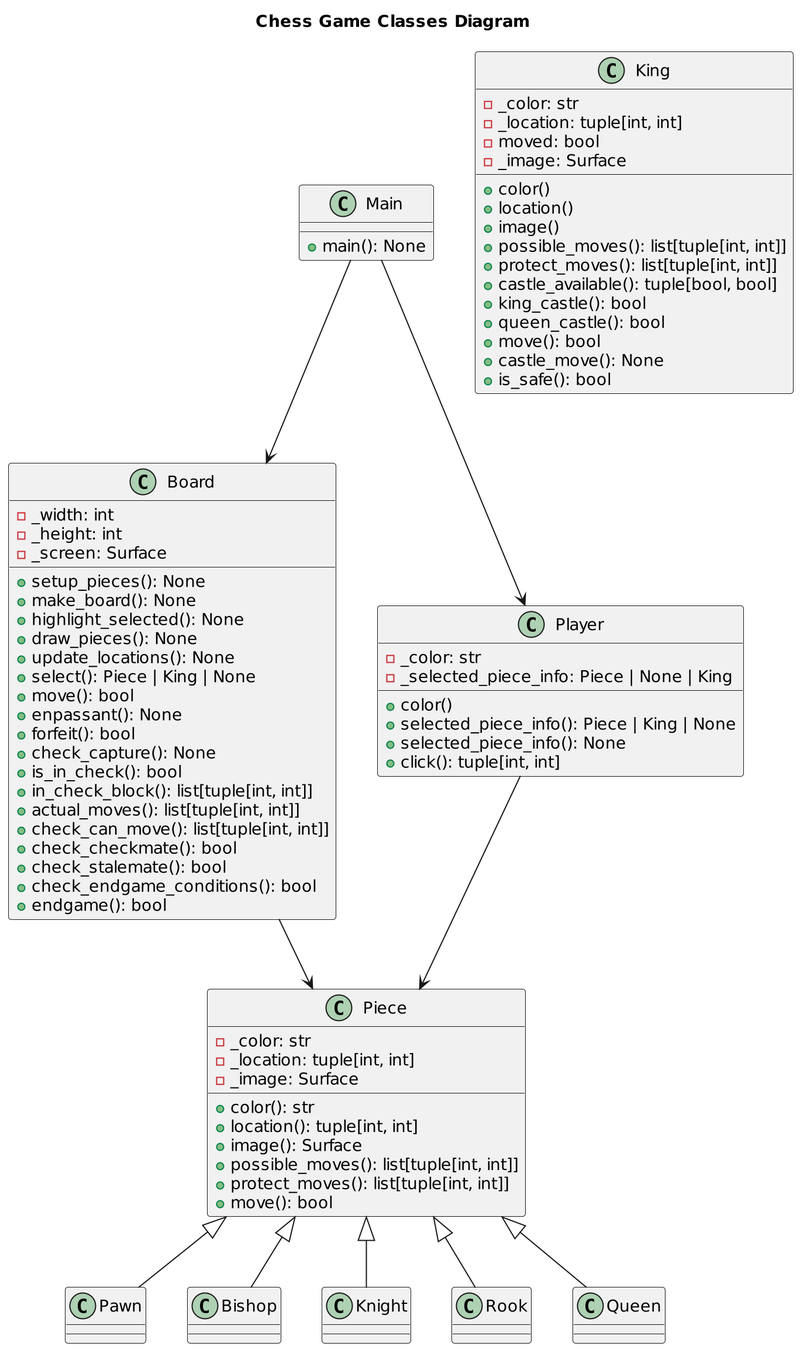
walkeredwards/OOP-FinalProject keeps this PlantUML diagram as finalproject/uml/Chess Game Classes Diagram.png. Above is the earlier version.
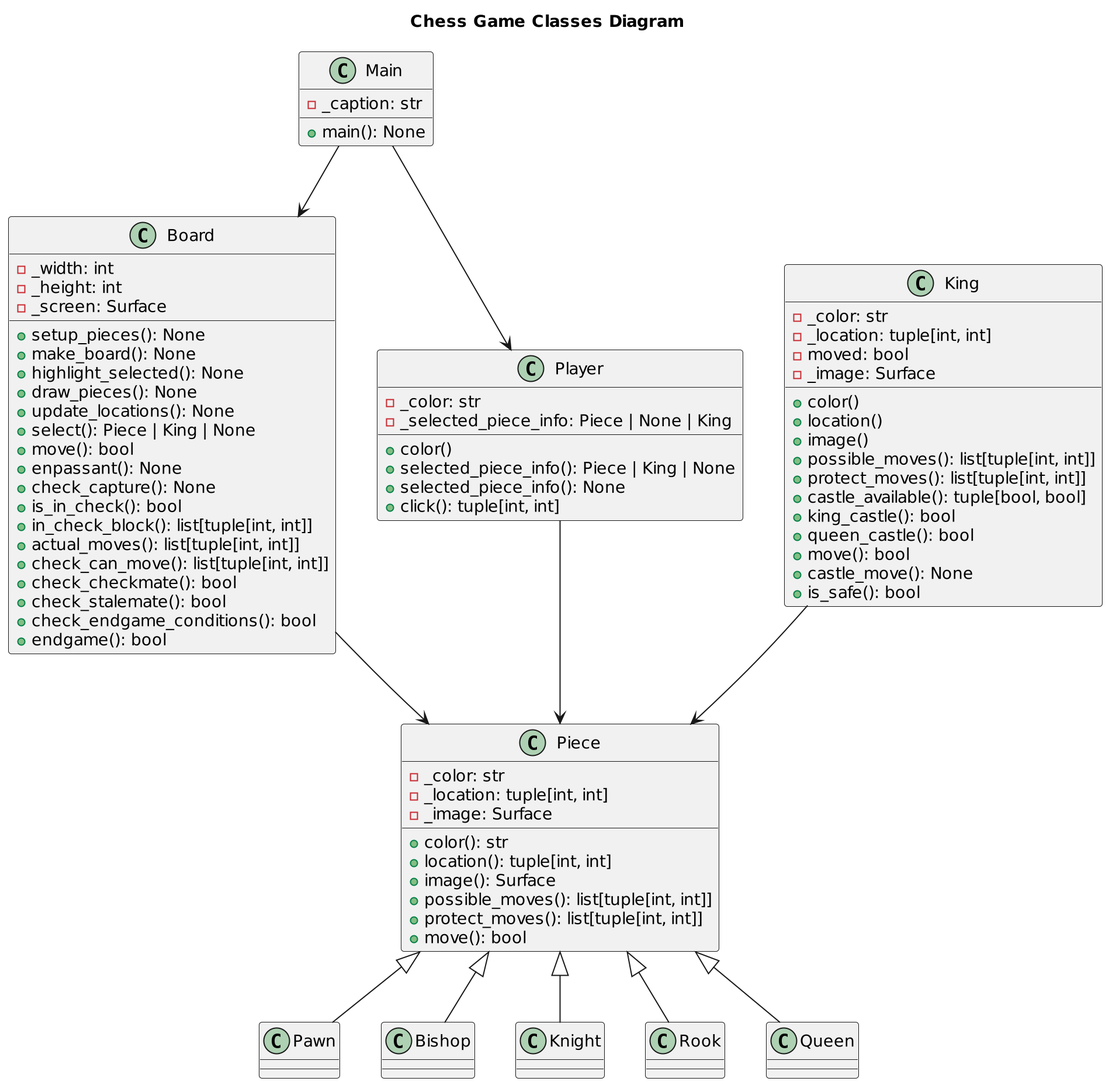
Later version of the same file.

Commit message:
powerpoint + uml fix

What changed in the source:
```diff
@@ -2,6 +2,7 @@
 scale 2
 title "Chess Game Classes Diagram"
 class Main {
+    - _caption: str
     + main(): None
 }
 
@@ -17,7 +18,6 @@
     + select(): Piece | King | None
     + move(): bool
     + enpassant(): None
-    + forfeit(): bool
     + check_capture(): None
     + is_in_check(): bool
     + in_check_block(): list[tuple[int, int]]
@@ -80,6 +80,7 @@
 Board --> Piece
 Player --> Piece
 
+King --> Piece
 Piece <|-- Pawn
 Piece <|-- Bishop
 Piece <|-- Knight
```
